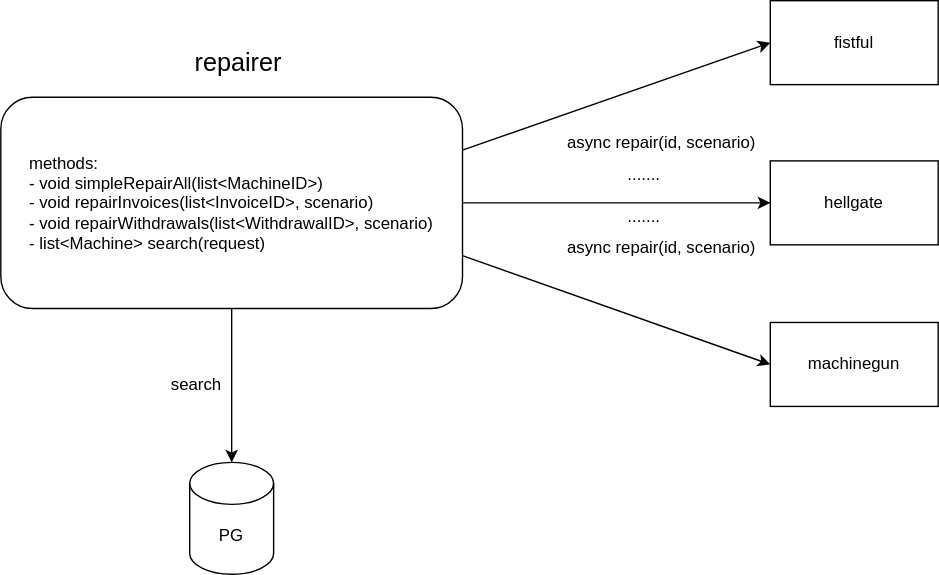
Earlier version of the draw.io export doc/repairer-repair.svg (valitydev/repairer). Source tidied: cells renumbered, new cells last; positions are measured from the earlier drawing's top-left corner, leaving out a move shared by most shapes.
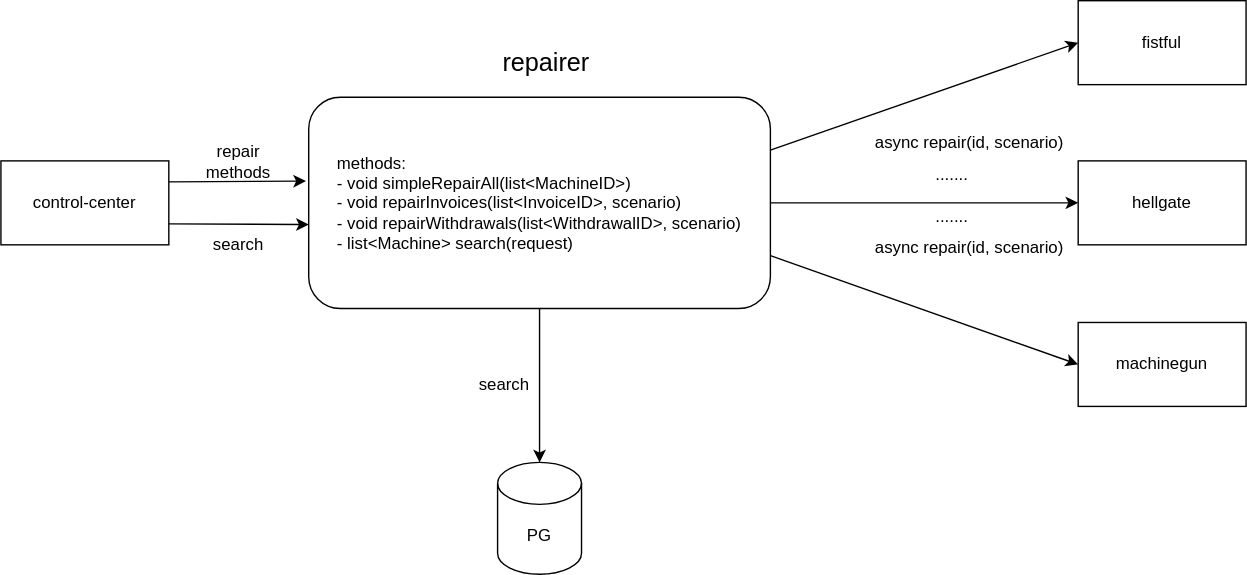
The same diagram one commit later.

Commit message:
Added control-center to scheme

What changed in the source:
```diff
@@ -47,5 +47,22 @@
     <mxCell id="16" value="search" style="text;html=1;strokeColor=none;fillColor=none;align=center;verticalAlign=middle;whiteSpace=wrap;rounded=0;fontSize=12;" parent="1" vertex="1">
       <mxGeometry x="110" y="260" width="60" height="30" as="geometry" />
     </mxCell>
+    <mxCell id="17" value="control-center" style="rounded=0;whiteSpace=wrap;html=1;fontSize=12;" parent="1" vertex="1">
+      <mxGeometry x="-220" y="114.5" width="120" height="60" as="geometry" />
+    </mxCell>
+    <mxCell id="18" style="endArrow=classic;html=1;rounded=0;fontSize=12;exitX=1;exitY=0.25;exitDx=0;exitDy=0;entryX=-0.006;entryY=0.397;entryDx=0;entryDy=0;entryPerimeter=0;" parent="1" edge="1" source="17" target="2">
+      <mxGeometry relative="1" as="geometry" />
+    </mxCell>
+    <mxCell id="19" value="repair methods" style="text;html=1;strokeColor=none;fillColor=none;align=center;verticalAlign=middle;whiteSpace=wrap;rounded=0;fontSize=12;" parent="1" vertex="1">
+      <mxGeometry x="-80" y="100" width="60" height="30" as="geometry" />
+    </mxCell>
+    <mxCell id="20" style="endArrow=classic;html=1;rounded=0;fontSize=12;exitX=1;exitY=0.75;exitDx=0;exitDy=0;" parent="1" edge="1" source="17">
+      <mxGeometry relative="1" as="geometry">
+        <mxPoint y="160" as="targetPoint" />
+      </mxGeometry>
+    </mxCell>
+    <mxCell id="21" value="search" style="text;html=1;strokeColor=none;fillColor=none;align=center;verticalAlign=middle;whiteSpace=wrap;rounded=0;fontSize=12;" parent="1" vertex="1">
+      <mxGeometry x="-80" y="160" width="60" height="30" as="geometry" />
+    </mxCell>
   </root>
 </mxGraphModel>
```
